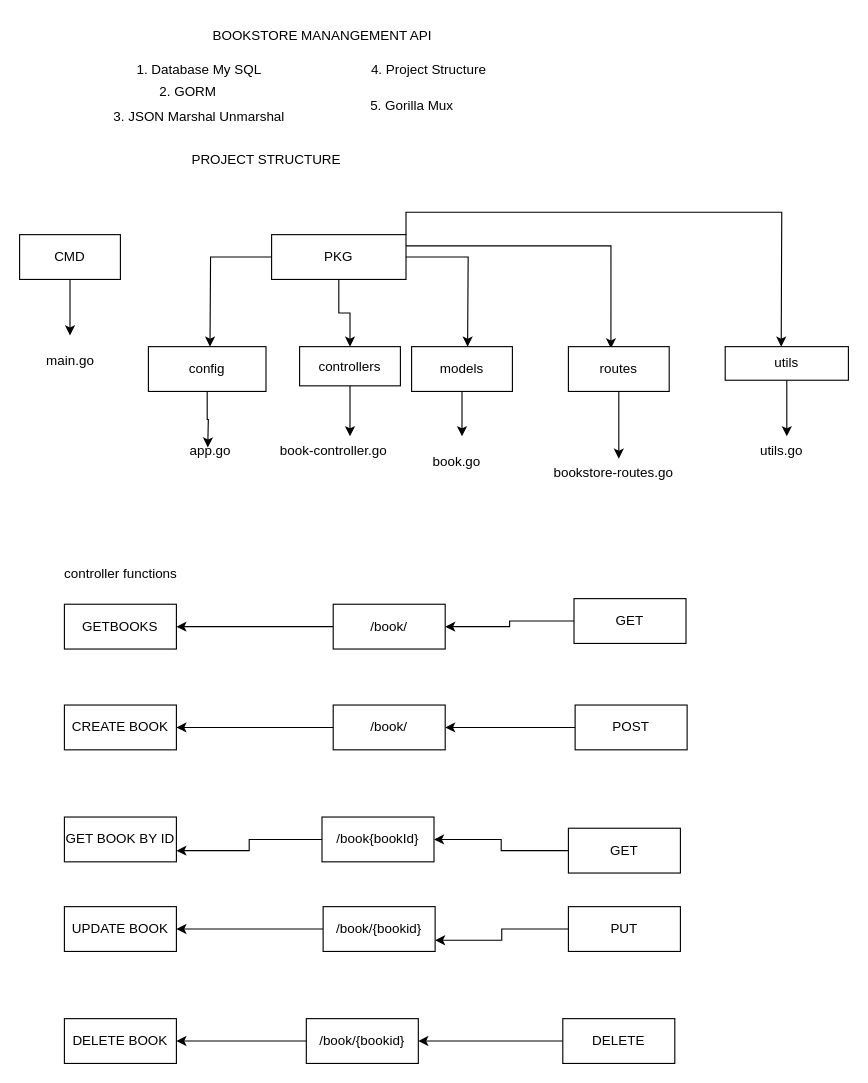
This is Untitled Diagram.drawio from upretyrohan/bookstore, a draw.io file, before an edit. Source tidied: cells renumbered, new cells numbered last; positions are measured from the earlier drawing's top-left corner, leaving out a move shared by most shapes. Both pictures are drawn from the tidied source at 112%, with x=0, y=0 at pixel (19, 19).
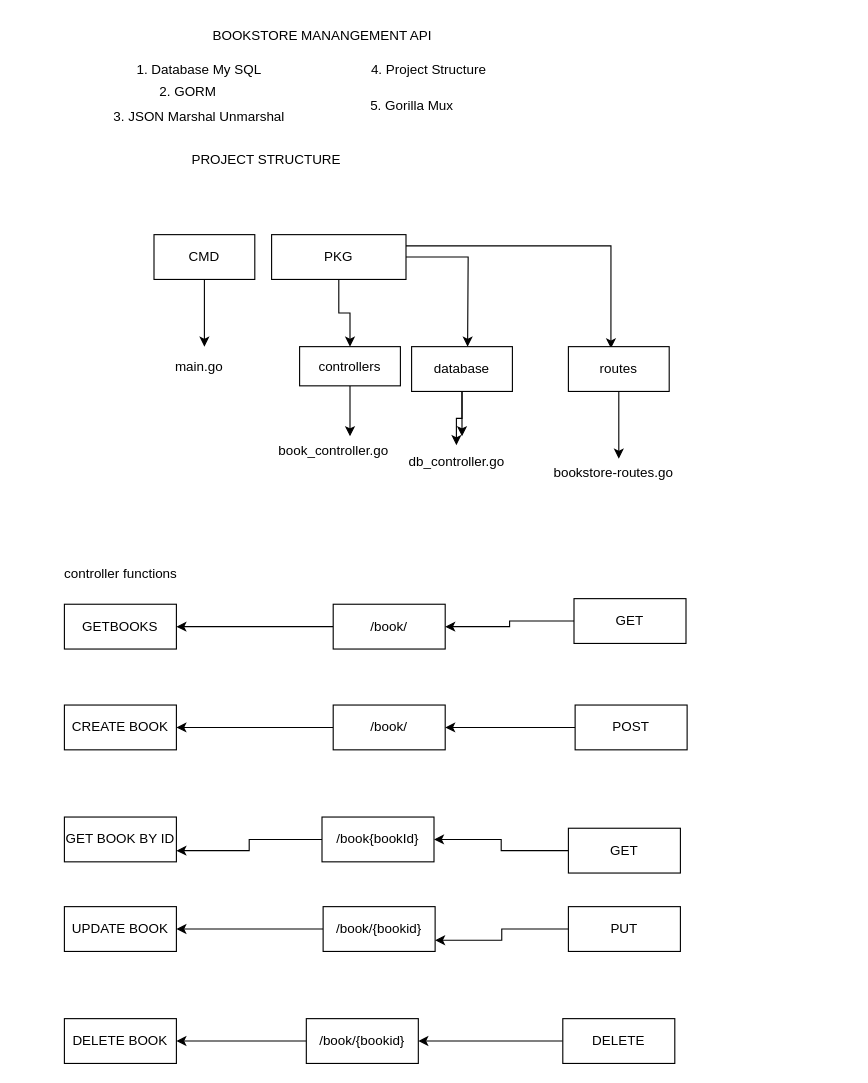
After the change.

The change refers to these unchanged cells:
```xml
<mxCell id="16" value="PKG" style="whiteSpace=wrap;html=1;" parent="1" vertex="1">
  <mxGeometry x="225" y="192" width="120" height="40" as="geometry" />
</mxCell>
```

What changed in the source:
```diff
@@
     <mxCell id="3" value="CMD" style="rounded=0;whiteSpace=wrap;html=1;" parent="1" vertex="1">
-      <mxGeometry y="192" width="90" height="40" as="geometry" />
+      <mxGeometry x="120" y="192" width="90" height="40" as="geometry" />
     </mxCell>
@@
     <mxCell id="10" style="endArrow=classic;html=1;rounded=0;exitX=0.5;exitY=1;exitDx=0;exitDy=0;" parent="1" edge="1" source="3">
       <mxGeometry relative="1" as="geometry">
-        <mxPoint x="45" y="282" as="targetPoint" />
+        <mxPoint x="165" y="292" as="targetPoint" />
       </mxGeometry>
     </mxCell>
-    <mxCell id="11" style="edgeStyle=orthogonalEdgeStyle;rounded=0;jettySize=auto;html=1;exitX=0;exitY=0.5;exitDx=0;exitDy=0;" parent="1" edge="1" source="16">
-      <mxGeometry relative="1" as="geometry">
-        <mxPoint x="170" y="292" as="targetPoint" />
-      </mxGeometry>
-    </mxCell>
@@
-    <mxCell id="15" style="edgeStyle=orthogonalEdgeStyle;rounded=0;jettySize=auto;html=1;exitX=1;exitY=0;exitDx=0;exitDy=0;" parent="1" edge="1" source="16">
-      <mxGeometry relative="1" as="geometry">
-        <mxPoint x="680" y="292" as="targetPoint" />
-      </mxGeometry>
-    </mxCell>
@@
-    <mxCell id="17" style="edgeStyle=orthogonalEdgeStyle;rounded=0;jettySize=auto;html=1;exitX=0.5;exitY=1;exitDx=0;exitDy=0;" parent="1" edge="1" source="18">
-      <mxGeometry relative="1" as="geometry">
-        <mxPoint x="168" y="382" as="targetPoint" />
-      </mxGeometry>
-    </mxCell>
-    <mxCell id="18" value="config" style="whiteSpace=wrap;html=1;" parent="1" vertex="1">
-      <mxGeometry x="115" y="292" width="105" height="40" as="geometry" />
-    </mxCell>
@@
+    <mxCell id="59" style="edgeStyle=orthogonalEdgeStyle;rounded=0;jettySize=auto;html=1;" parent="1" edge="1" source="22" target="30">
+      <mxGeometry relative="1" as="geometry" />
+    </mxCell>
-    <mxCell id="22" value="models" style="whiteSpace=wrap;html=1;" parent="1" vertex="1">
+    <mxCell id="22" value="database" style="whiteSpace=wrap;html=1;" parent="1" vertex="1">
       <mxGeometry x="350" y="292" width="90" height="40" as="geometry" />
     </mxCell>
@@
-    <mxCell id="25" style="edgeStyle=orthogonalEdgeStyle;rounded=0;jettySize=auto;html=1;exitX=0.5;exitY=1;exitDx=0;exitDy=0;" parent="1" edge="1" source="26">
-      <mxGeometry relative="1" as="geometry">
-        <mxPoint x="685" y="372" as="targetPoint" />
-      </mxGeometry>
-    </mxCell>
-    <mxCell id="26" value="utils&lt;br&gt;" style="whiteSpace=wrap;html=1;" parent="1" vertex="1">
-      <mxGeometry x="630" y="292" width="110" height="30" as="geometry" />
-    </mxCell>
-    <mxCell id="27" value="utils.go" style="text;html=1;align=center;verticalAlign=middle;strokeColor=none;fillColor=none;" parent="1" vertex="1">
-      <mxGeometry x="650" y="370" width="60" height="30" as="geometry" />
-    </mxCell>
-    <mxCell id="28" value="app.go" style="text;html=1;align=center;verticalAlign=middle;strokeColor=none;fillColor=none;" parent="1" vertex="1">
-      <mxGeometry x="140" y="370" width="60" height="30" as="geometry" />
-    </mxCell>
     <mxCell id="29" value="main.go" style="text;html=1;align=center;verticalAlign=middle;strokeColor=none;fillColor=none;" parent="1" vertex="1">
-      <mxGeometry x="10" y="290" width="70" height="30" as="geometry" />
+      <mxGeometry x="125" y="294.5" width="70" height="30" as="geometry" />
     </mxCell>
-    <mxCell id="30" value="book.go" style="text;html=1;align=center;verticalAlign=middle;points=[];strokeColor=none;fillColor=none;" parent="1" vertex="1">
-      <mxGeometry x="355" y="380" width="70" height="30" as="geometry" />
+    <mxCell id="30" value="db_controller.go" style="text;html=1;align=center;verticalAlign=middle;points=[];strokeColor=none;fillColor=none;" parent="1" vertex="1">
+      <mxGeometry x="335" y="380" width="110" height="30" as="geometry" />
     </mxCell>
-    <mxCell id="31" value="book-controller.go" style="text;html=1;align=center;verticalAlign=middle;strokeColor=none;fillColor=none;" parent="1" vertex="1">
+    <mxCell id="31" value="book_controller.go" style="text;html=1;align=center;verticalAlign=middle;strokeColor=none;fillColor=none;" parent="1" vertex="1">
       <mxGeometry x="220" y="370" width="120" height="30" as="geometry" />
     </mxCell>
```
